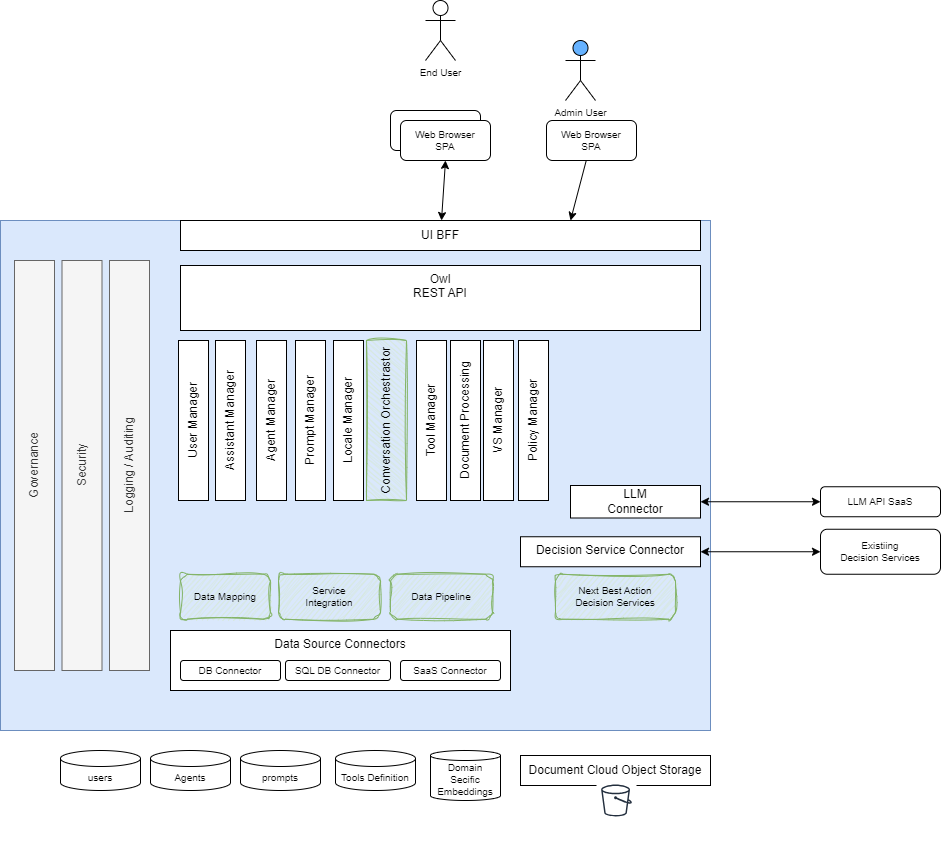
Before: docs/diagrams/component-view.drawio.png, a diagram exported from draw.io (AthenaDecisionSystems/athena-owl-core). Source tidied: cells renumbered, new cells last; positions are measured from the earlier drawing's top-left corner, leaving out a move shared by most shapes.
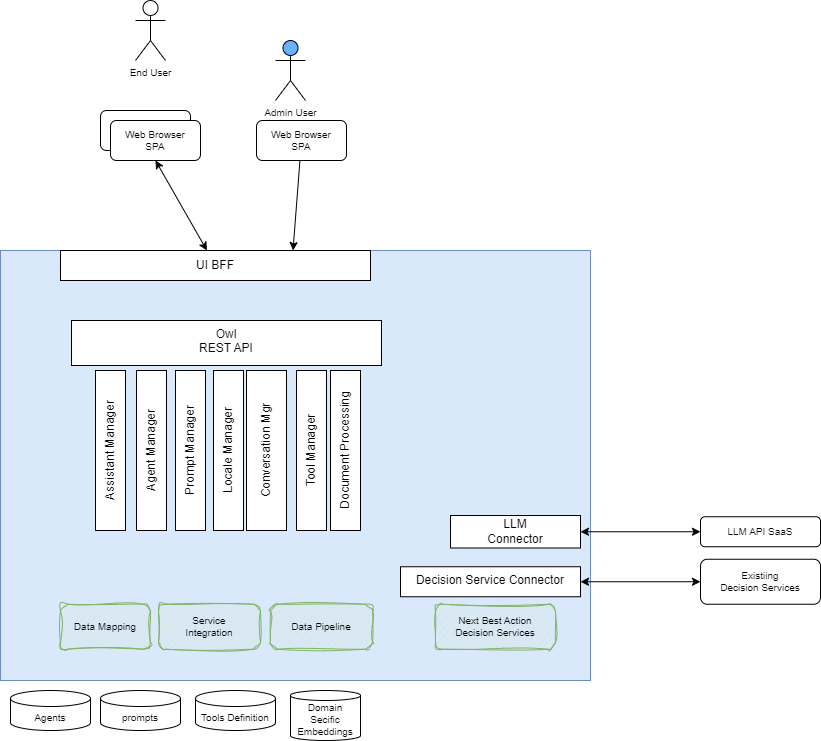
After the change.

The edit, as a diff of the source:
```diff
@@ -3,20 +3,8 @@
     <mxCell id="0" />
     <mxCell id="1" parent="0" />
     <mxCell id="2" style="rounded=0;whiteSpace=wrap;html=1;fillColor=#dae8fc;strokeColor=#6c8ebf;" parent="1" vertex="1">
-      <mxGeometry x="171" y="220" width="710" height="510" as="geometry" />
+      <mxGeometry x="291" y="220" width="590" height="430" as="geometry" />
     </mxCell>
-    <mxCell id="3" value="Data Source Connectors" style="rounded=0;whiteSpace=wrap;html=1;verticalAlign=top;" parent="1" vertex="1">
-      <mxGeometry x="341" y="630" width="340" height="60" as="geometry" />
-    </mxCell>
-    <mxCell id="4" value="DB Connector" style="rounded=1;whiteSpace=wrap;html=1;fontSize=10;" parent="1" vertex="1">
-      <mxGeometry x="351" y="660" width="100" height="20" as="geometry" />
-    </mxCell>
-    <mxCell id="5" value="SQL DB Connector" style="rounded=1;whiteSpace=wrap;html=1;fontSize=10;" parent="1" vertex="1">
-      <mxGeometry x="456" y="660" width="105" height="20" as="geometry" />
-    </mxCell>
-    <mxCell id="6" value="SaaS Connector" style="rounded=1;whiteSpace=wrap;html=1;fontSize=10;" parent="1" vertex="1">
-      <mxGeometry x="571" y="660" width="100" height="20" as="geometry" />
-    </mxCell>
     <mxCell id="7" style="edgeStyle=none;html=1;entryX=0;entryY=0.5;entryDx=0;entryDy=0;fontSize=10;startArrow=classic;startFill=1;" parent="1" edge="1" source="8" target="23">
       <mxGeometry relative="1" as="geometry" />
     </mxCell>
@@ -24,10 +12,10 @@
       <mxGeometry x="741" y="485" width="130" height="32.5" as="geometry" />
     </mxCell>
     <mxCell id="9" value="UI BFF" style="rounded=0;whiteSpace=wrap;html=1;" parent="1" vertex="1">
-      <mxGeometry x="351" y="220" width="520" height="30" as="geometry" />
+      <mxGeometry x="351" y="220" width="310" height="30" as="geometry" />
     </mxCell>
     <mxCell id="10" value="Owl &lt;br&gt;REST API" style="rounded=0;whiteSpace=wrap;html=1;verticalAlign=top;" parent="1" vertex="1">
-      <mxGeometry x="351" y="265" width="520" height="65" as="geometry" />
+      <mxGeometry x="362" y="290" width="310" height="45" as="geometry" />
     </mxCell>
     <mxCell id="11" style="edgeStyle=none;html=1;fontSize=10;startArrow=classic;startFill=1;" parent="1" edge="1" source="12" target="24">
       <mxGeometry relative="1" as="geometry" />
@@ -35,35 +23,29 @@
     <mxCell id="12" value="Decision Service Connector" style="rounded=0;whiteSpace=wrap;html=1;verticalAlign=top;" parent="1" vertex="1">
       <mxGeometry x="691" y="536.2" width="180" height="30" as="geometry" />
     </mxCell>
-    <mxCell id="13" value="users" style="shape=cylinder3;whiteSpace=wrap;html=1;boundedLbl=1;backgroundOutline=1;size=8;fontSize=10;" parent="1" vertex="1">
-      <mxGeometry x="231" y="750" width="80" height="40" as="geometry" />
-    </mxCell>
-    <mxCell id="14" value="User Manager" style="rounded=0;whiteSpace=wrap;html=1;rotation=-90;" parent="1" vertex="1">
-      <mxGeometry x="284" y="405" width="160" height="30" as="geometry" />
-    </mxCell>
     <mxCell id="15" value="Agent Manager" style="rounded=0;whiteSpace=wrap;html=1;rotation=-90;" parent="1" vertex="1">
       <mxGeometry x="362" y="405" width="160" height="30" as="geometry" />
     </mxCell>
     <mxCell id="16" value="Agents" style="shape=cylinder3;whiteSpace=wrap;html=1;boundedLbl=1;backgroundOutline=1;size=8;fontSize=10;" parent="1" vertex="1">
-      <mxGeometry x="321" y="750" width="80" height="40" as="geometry" />
+      <mxGeometry x="301" y="660" width="80" height="40" as="geometry" />
     </mxCell>
-    <mxCell id="17" value="Conversation Orchestrastor" style="rounded=0;whiteSpace=wrap;html=1;rotation=-90;fillColor=#d5e8d4;strokeColor=#82b366;shadow=0;sketch=1;curveFitting=1;jiggle=2;" parent="1" vertex="1">
+    <mxCell id="17" value="Conversation Mgr" style="rounded=0;whiteSpace=wrap;html=1;rotation=-90;shadow=0;" parent="1" vertex="1">
       <mxGeometry x="477" y="400" width="160" height="40" as="geometry" />
     </mxCell>
     <mxCell id="18" value="Domain&lt;br&gt;Secific&lt;br&gt;Embeddings" style="shape=cylinder3;whiteSpace=wrap;html=1;boundedLbl=1;backgroundOutline=1;size=5;fontSize=10;" parent="1" vertex="1">
-      <mxGeometry x="601" y="750" width="70" height="50" as="geometry" />
+      <mxGeometry x="581" y="660" width="70" height="50" as="geometry" />
     </mxCell>
     <mxCell id="19" value="Tool Manager" style="rounded=0;whiteSpace=wrap;html=1;rotation=-90;" parent="1" vertex="1">
       <mxGeometry x="522" y="405" width="160" height="30" as="geometry" />
     </mxCell>
     <mxCell id="20" value="End User" style="shape=umlActor;verticalLabelPosition=bottom;verticalAlign=top;html=1;fontSize=10;" parent="1" vertex="1">
-      <mxGeometry x="596" width="30" height="60" as="geometry" />
+      <mxGeometry x="426" y="-30" width="30" height="60" as="geometry" />
     </mxCell>
     <mxCell id="21" style="edgeStyle=none;html=1;fontSize=10;startArrow=classic;startFill=1;exitX=0.5;exitY=1;exitDx=0;exitDy=0;" parent="1" edge="1" source="30" target="9">
       <mxGeometry relative="1" as="geometry" />
     </mxCell>
     <mxCell id="22" value="Web Browser&lt;br&gt;SPA" style="rounded=1;whiteSpace=wrap;html=1;fontSize=10;" parent="1" vertex="1">
-      <mxGeometry x="561" y="110" width="90" height="40" as="geometry" />
+      <mxGeometry x="391" y="80" width="90" height="40" as="geometry" />
     </mxCell>
     <mxCell id="23" value="LLM API SaaS" style="rounded=1;whiteSpace=wrap;html=1;fontSize=10;" parent="1" vertex="1">
       <mxGeometry x="991" y="486.2" width="120" height="30" as="geometry" />
@@ -75,35 +57,20 @@
       <mxGeometry x="401" y="405" width="160" height="30" as="geometry" />
     </mxCell>
     <mxCell id="26" value="prompts" style="shape=cylinder3;whiteSpace=wrap;html=1;boundedLbl=1;backgroundOutline=1;size=8;fontSize=10;" parent="1" vertex="1">
-      <mxGeometry x="411" y="750" width="80" height="40" as="geometry" />
+      <mxGeometry x="391" y="660" width="80" height="40" as="geometry" />
     </mxCell>
-    <mxCell id="27" value="Logging / Auditing" style="rounded=0;whiteSpace=wrap;html=1;fillColor=#f5f5f5;fontColor=#333333;strokeColor=#666666;rotation=-90;" parent="1" vertex="1">
-      <mxGeometry x="95" y="445" width="410" height="40" as="geometry" />
-    </mxCell>
-    <mxCell id="28" value="Security" style="rounded=0;whiteSpace=wrap;html=1;fillColor=#f5f5f5;fontColor=#333333;strokeColor=#666666;rotation=-90;" parent="1" vertex="1">
-      <mxGeometry x="47.5" y="445" width="410" height="40" as="geometry" />
-    </mxCell>
-    <mxCell id="29" value="Governance" style="rounded=0;whiteSpace=wrap;html=1;fillColor=#f5f5f5;fontColor=#333333;strokeColor=#666666;rotation=-90;" parent="1" vertex="1">
-      <mxGeometry y="445" width="410" height="40" as="geometry" />
-    </mxCell>
     <mxCell id="30" value="Web Browser&lt;br&gt;SPA" style="rounded=1;whiteSpace=wrap;html=1;fontSize=10;" parent="1" vertex="1">
-      <mxGeometry x="571" y="120" width="90" height="40" as="geometry" />
+      <mxGeometry x="401" y="90" width="90" height="40" as="geometry" />
     </mxCell>
-    <mxCell id="31" value="Document Cloud Object Storage" style="rounded=0;whiteSpace=wrap;html=1;" parent="1" vertex="1">
-      <mxGeometry x="691" y="755" width="190" height="30" as="geometry" />
-    </mxCell>
     <mxCell id="32" value="Tools Definition" style="shape=cylinder3;whiteSpace=wrap;html=1;boundedLbl=1;backgroundOutline=1;size=8;fontSize=10;" parent="1" vertex="1">
-      <mxGeometry x="506" y="750" width="80" height="40" as="geometry" />
+      <mxGeometry x="486" y="660" width="80" height="40" as="geometry" />
     </mxCell>
     <mxCell id="33" value="Document Processing" style="rounded=0;whiteSpace=wrap;html=1;rotation=-90;" parent="1" vertex="1">
       <mxGeometry x="556" y="405" width="160" height="30" as="geometry" />
     </mxCell>
     <mxCell id="34" value="Admin User" style="shape=umlActor;verticalLabelPosition=bottom;verticalAlign=top;html=1;fontSize=10;fillColor=#66B2FF;" parent="1" vertex="1">
-      <mxGeometry x="736" y="40" width="30" height="60" as="geometry" />
+      <mxGeometry x="566" y="10" width="30" height="60" as="geometry" />
     </mxCell>
-    <mxCell id="35" value="&amp;nbsp;" style="sketch=0;fontColor=#232F3E;gradientColor=none;strokeColor=#232F3E;fillColor=#ffffff;dashed=0;verticalLabelPosition=bottom;verticalAlign=top;align=center;html=1;fontSize=12;fontStyle=0;shape=mxgraph.aws4.resourceIcon;resIcon=mxgraph.aws4.bucket;" parent="1" vertex="1">
-      <mxGeometry x="767" y="780" width="40" height="40" as="geometry" />
-    </mxCell>
     <mxCell id="36" value="Next Best Action&lt;br&gt;Decision Services" style="rounded=1;whiteSpace=wrap;html=1;fontSize=10;fillColor=#d5e8d4;strokeColor=#82b366;sketch=1;curveFitting=1;jiggle=2;" parent="1" vertex="1">
       <mxGeometry x="726" y="573.8" width="120" height="45" as="geometry" />
     </mxCell>
@@ -111,11 +78,8 @@
       <mxGeometry relative="1" as="geometry" />
     </mxCell>
     <mxCell id="38" value="Web Browser&lt;br&gt;SPA" style="rounded=1;whiteSpace=wrap;html=1;fontSize=10;" parent="1" vertex="1">
-      <mxGeometry x="717" y="120" width="90" height="40" as="geometry" />
+      <mxGeometry x="547" y="90" width="90" height="40" as="geometry" />
     </mxCell>
-    <mxCell id="39" value="Policy Manager" style="rounded=0;whiteSpace=wrap;html=1;rotation=-90;" parent="1" vertex="1">
-      <mxGeometry x="624" y="405" width="160" height="30" as="geometry" />
-    </mxCell>
     <mxCell id="40" value="Data Mapping" style="rounded=1;whiteSpace=wrap;html=1;fontSize=10;fillColor=#d5e8d4;strokeColor=#82b366;sketch=1;curveFitting=1;jiggle=2;" parent="1" vertex="1">
       <mxGeometry x="351" y="573.8" width="90" height="45" as="geometry" />
     </mxCell>
@@ -128,9 +92,6 @@
     <mxCell id="43" value="Locale Manager" style="rounded=0;whiteSpace=wrap;html=1;rotation=-90;" parent="1" vertex="1">
       <mxGeometry x="439" y="405" width="160" height="30" as="geometry" />
     </mxCell>
-    <mxCell id="44" value="VS Manager" style="rounded=0;whiteSpace=wrap;html=1;rotation=-90;" parent="1" vertex="1">
-      <mxGeometry x="589" y="405" width="160" height="30" as="geometry" />
-    </mxCell>
     <mxCell id="45" value="Assistant Manager" style="rounded=0;whiteSpace=wrap;html=1;rotation=-90;" parent="1" vertex="1">
       <mxGeometry x="321" y="405" width="160" height="30" as="geometry" />
     </mxCell>
```
